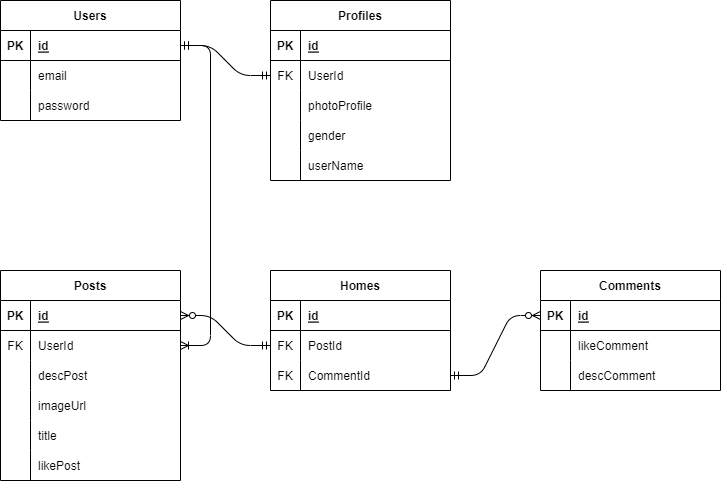
Above: schema.drawio.png in naufalsoerya/Pair-Project (draw.io), before the change. Source tidied: cells renumbered, new cells last; positions are measured from the earlier drawing's top-left corner, leaving out a move shared by most shapes.
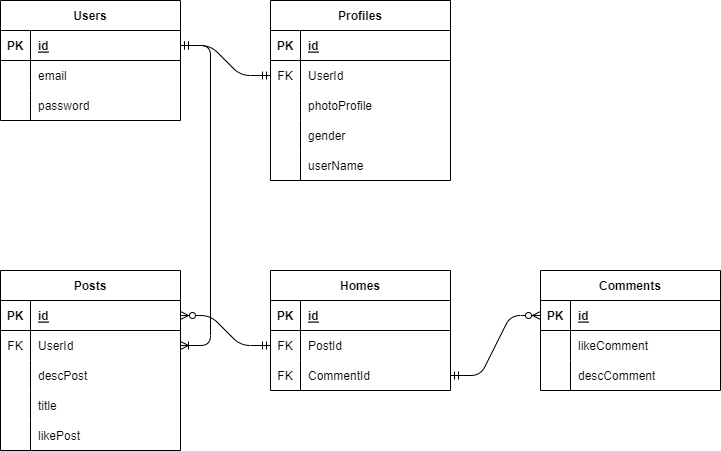
The same diagram one commit later.

What changed in the source:
```diff
@@ -84,7 +84,7 @@
       <mxGeometry relative="1" as="geometry" />
     </mxCell>
     <mxCell id="29" value="Posts" style="shape=table;startSize=30;rowLines=0;fontStyle=1;align=center;" parent="1" vertex="1">
-      <mxGeometry y="270" width="180" height="210" as="geometry" />
+      <mxGeometry y="270" width="180" height="180" as="geometry" />
     </mxCell>
     <mxCell id="30" style="shape=tableRow;horizontal=0;startSize=0;swimlaneHead=0;swimlaneBody=0;fillColor=none;points=[[0,0.5],[1,0.5]];portConstraint=eastwest;top=0;left=0;right=0;bottom=1;" parent="29" vertex="1">
       <mxGeometry y="30" width="180" height="30" as="geometry" />
@@ -113,17 +113,8 @@
     <mxCell id="38" value="descPost" style="shape=partialRectangle;fillColor=none;top=0;left=0;bottom=0;right=0;align=left;spacingLeft=6;overflow=hidden;" parent="36" vertex="1">
       <mxGeometry x="30" width="150" height="30" as="geometry" />
     </mxCell>
-    <mxCell id="39" style="shape=tableRow;horizontal=0;startSize=0;swimlaneHead=0;swimlaneBody=0;fillColor=none;top=0;left=0;right=0;bottom=0;" parent="29" vertex="1">
-      <mxGeometry y="120" width="180" height="30" as="geometry" />
-    </mxCell>
-    <mxCell id="40" style="shape=partialRectangle;fillColor=none;top=0;left=0;bottom=0;right=0;overflow=hidden;" parent="39" vertex="1">
-      <mxGeometry width="30" height="30" as="geometry" />
-    </mxCell>
-    <mxCell id="41" value="imageUrl" style="shape=partialRectangle;fillColor=none;top=0;left=0;bottom=0;right=0;align=left;spacingLeft=6;overflow=hidden;" parent="39" vertex="1">
-      <mxGeometry x="30" width="150" height="30" as="geometry" />
-    </mxCell>
     <mxCell id="42" style="shape=tableRow;horizontal=0;startSize=0;swimlaneHead=0;swimlaneBody=0;fillColor=none;top=0;left=0;right=0;bottom=0;" parent="29" vertex="1">
-      <mxGeometry y="150" width="180" height="30" as="geometry" />
+      <mxGeometry y="120" width="180" height="30" as="geometry" />
     </mxCell>
     <mxCell id="43" style="shape=partialRectangle;fillColor=none;top=0;left=0;bottom=0;right=0;overflow=hidden;" parent="42" vertex="1">
       <mxGeometry width="30" height="30" as="geometry" />
@@ -132,7 +123,7 @@
       <mxGeometry x="30" width="150" height="30" as="geometry" />
     </mxCell>
     <mxCell id="45" style="shape=tableRow;horizontal=0;startSize=0;swimlaneHead=0;swimlaneBody=0;fillColor=none;top=0;left=0;right=0;bottom=0;" parent="29" vertex="1">
-      <mxGeometry y="180" width="180" height="30" as="geometry" />
+      <mxGeometry y="150" width="180" height="30" as="geometry" />
     </mxCell>
     <mxCell id="46" style="shape=partialRectangle;fillColor=none;top=0;left=0;bottom=0;right=0;overflow=hidden;" parent="45" vertex="1">
       <mxGeometry width="30" height="30" as="geometry" />
```
